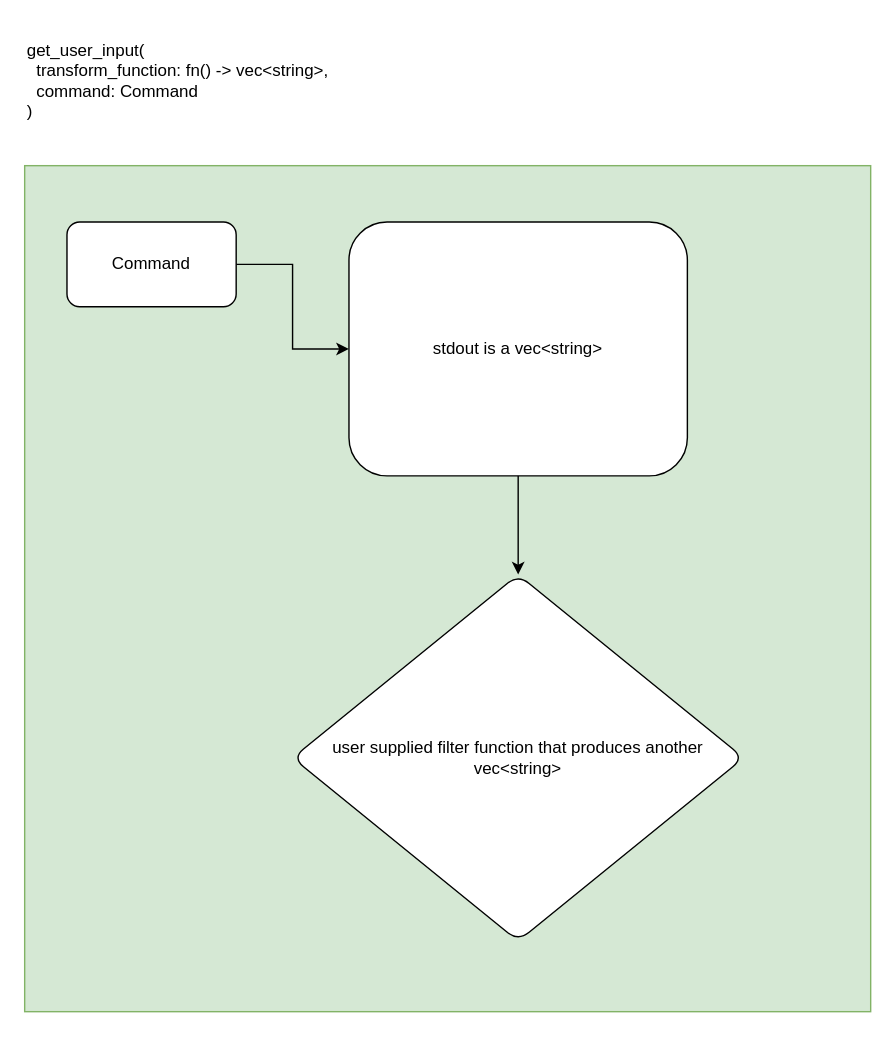
Above: tuify_function_arch.drawio in r3bl-org/diagrams (draw.io), before the change. Source tidied: cells renumbered, new cells numbered last; positions are measured from the earlier drawing's top-left corner, leaving out a move shared by most shapes. Both pictures are drawn from the tidied source at 141%, with x=0, y=0 at pixel (24, 24).
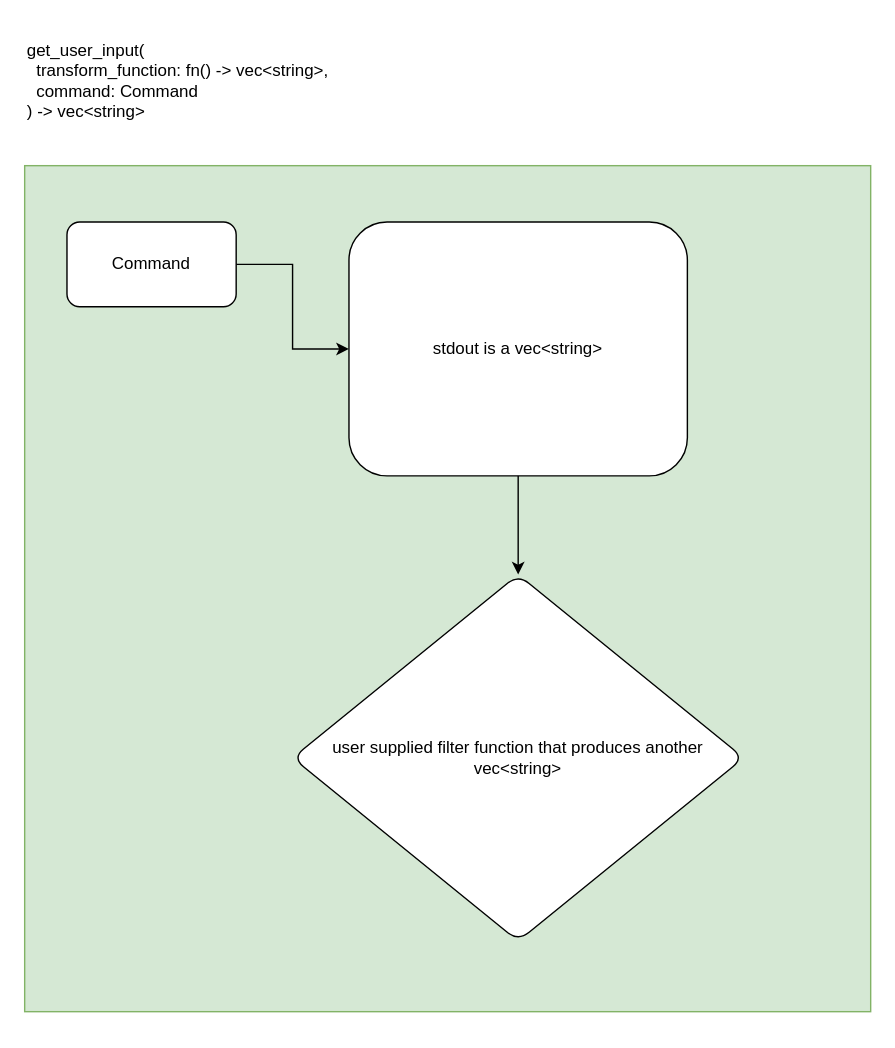
Above is the later version.

What changed in the source:
```diff
@@
 <mxGraphModel>
   <root>
     <mxCell id="0" />
     <mxCell id="1" parent="0" />
     <mxCell id="2" style="whiteSpace=wrap;html=1;fillColor=#d5e8d4;strokeColor=#82b366;" parent="1" vertex="1">
       <mxGeometry y="100" width="600" height="600" as="geometry" />
     </mxCell>
     <mxCell id="3" style="edgeStyle=orthogonalEdgeStyle;rounded=0;jettySize=auto;html=1;" parent="1" edge="1" source="4" target="6">
       <mxGeometry relative="1" as="geometry" />
     </mxCell>
     <mxCell id="4" value="Command" style="rounded=1;whiteSpace=wrap;html=1;" parent="1" vertex="1">
       <mxGeometry x="30" y="140" width="120" height="60" as="geometry" />
     </mxCell>
     <mxCell id="5" style="edgeStyle=orthogonalEdgeStyle;rounded=0;jettySize=auto;html=1;" parent="1" edge="1" source="6" target="7">
       <mxGeometry relative="1" as="geometry" />
     </mxCell>
     <mxCell id="6" value="stdout is a vec&amp;lt;string&amp;gt;" style="rounded=1;whiteSpace=wrap;html=1;" parent="1" vertex="1">
       <mxGeometry x="230" y="140" width="240" height="180" as="geometry" />
     </mxCell>
     <mxCell id="7" value="user supplied filter function that produces another vec&amp;lt;string&amp;gt;" style="rhombus;whiteSpace=wrap;html=1;rounded=1;" parent="1" vertex="1">
       <mxGeometry x="190" y="390" width="320" height="260" as="geometry" />
     </mxCell>
     <mxCell id="8" style="edgeStyle=orthogonalEdgeStyle;rounded=0;orthogonalLoop=1;jettySize=auto;html=1;exitX=0.5;exitY=1;exitDx=0;exitDy=0;" parent="1" edge="1" source="2" target="2">
       <mxGeometry relative="1" as="geometry" />
     </mxCell>
-    <mxCell id="9" value="get_user_input(&lt;br&gt;&lt;div style=&quot;&quot;&gt;&lt;span style=&quot;background-color: initial; color: rgb(0, 0, 0); font-family: Helvetica; --darkreader-inline-bgcolor: initial; --darkreader-inline-color: #e8e6e3;&quot;&gt;&amp;nbsp; transform_function: fn() -&amp;gt; vec&amp;lt;string&amp;gt;,&amp;nbsp;&lt;/span&gt;&lt;/div&gt;&lt;div style=&quot;&quot;&gt;&lt;span style=&quot;background-color: initial; color: rgb(0, 0, 0); font-family: Helvetica; --darkreader-inline-bgcolor: initial; --darkreader-inline-color: #e8e6e3;&quot;&gt;&amp;nbsp; command: Command&lt;/span&gt;&lt;/div&gt;&lt;div style=&quot;&quot;&gt;&lt;span style=&quot;background-color: initial; color: rgb(0, 0, 0); font-family: Helvetica; --darkreader-inline-bgcolor: initial; --darkreader-inline-color: #e8e6e3;&quot;&gt;)&lt;/span&gt;&lt;/div&gt;" style="text;html=1;align=left;verticalAlign=middle;strokeColor=none;fillColor=none;" parent="1" vertex="1">
+    <mxCell id="9" value="get_user_input(&lt;br&gt;&lt;div style=&quot;&quot;&gt;&lt;span style=&quot;background-color: initial; color: rgb(0, 0, 0); font-family: Helvetica; --darkreader-inline-bgcolor: initial; --darkreader-inline-color: #e8e6e3;&quot;&gt;&amp;nbsp; transform_function: fn() -&amp;gt; vec&amp;lt;string&amp;gt;,&amp;nbsp;&lt;/span&gt;&lt;/div&gt;&lt;div style=&quot;&quot;&gt;&lt;span style=&quot;background-color: initial; color: rgb(0, 0, 0); font-family: Helvetica; --darkreader-inline-bgcolor: initial; --darkreader-inline-color: #e8e6e3;&quot;&gt;&amp;nbsp; command: Command&lt;/span&gt;&lt;/div&gt;&lt;div style=&quot;&quot;&gt;&lt;span style=&quot;background-color: initial; color: rgb(0, 0, 0); font-family: Helvetica; --darkreader-inline-bgcolor: initial; --darkreader-inline-color: #e8e6e3;&quot;&gt;) -&amp;gt; vec&amp;lt;string&amp;gt;&lt;/span&gt;&lt;/div&gt;" style="text;html=1;align=left;verticalAlign=middle;strokeColor=none;fillColor=none;" parent="1" vertex="1">
       <mxGeometry width="370" height="80" as="geometry" />
     </mxCell>
   </root>
 </mxGraphModel>
```
